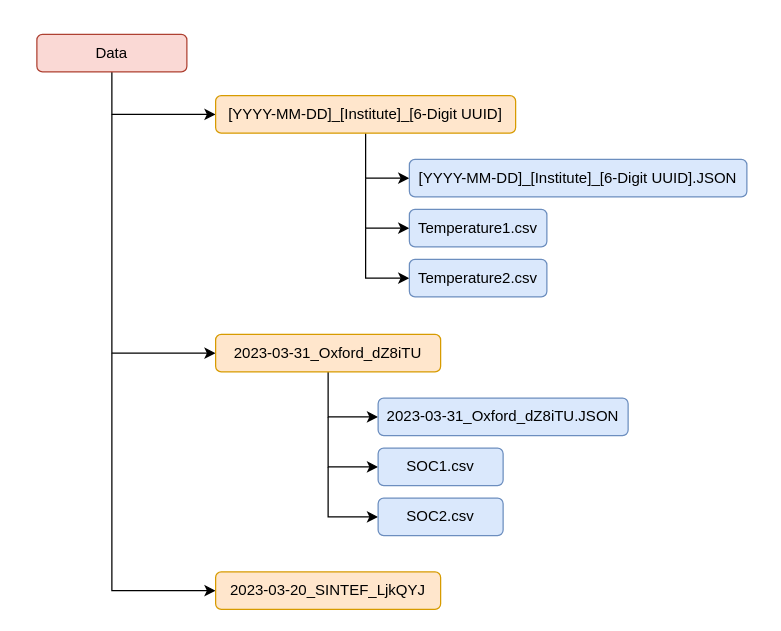
Battery-Intelligence-Lab/IntelLiGent-Data-Standard keeps this draw.io diagram as assets/Directory.drawio. Above is the earlier version. Source tidied: cells renumbered, new cells numbered last; positions are measured from the earlier drawing's top-left corner, leaving out a move shared by most shapes. Both pictures are drawn from the tidied source at 125%, with x=0, y=0 at pixel (36, 34).
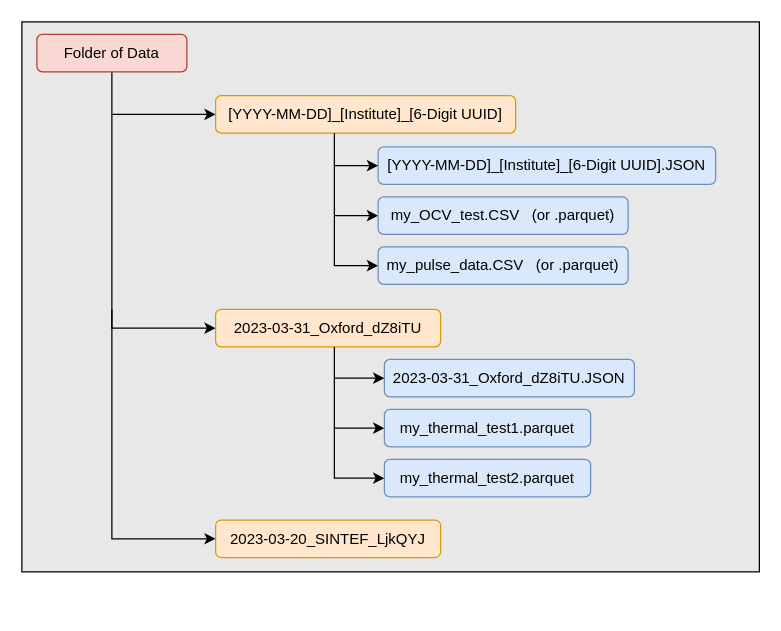
After the change.

Diff of the diagram source:
```diff
@@
+    <mxCell id="21" style="rounded=0;whiteSpace=wrap;html=1;fillColor=#E8E8E8;" parent="1" vertex="1">
+      <mxGeometry x="-12" y="-10" width="590" height="440" as="geometry" />
+    </mxCell>
-    <mxCell id="2" style="edgeStyle=orthogonalEdgeStyle;rounded=0;jettySize=auto;html=1;entryX=0;entryY=0.5;entryDx=0;entryDy=0;exitX=0.5;exitY=1;exitDx=0;exitDy=0;" parent="1" edge="1" source="5" target="9">
+    <mxCell id="2" style="edgeStyle=orthogonalEdgeStyle;rounded=0;jettySize=auto;html=1;entryX=0;entryY=0.5;entryDx=0;entryDy=0;exitX=0.5;exitY=1;exitDx=0;exitDy=0;fontColor=#000000;strokeColor=#000000;" parent="1" edge="1" source="5" target="9">
       <mxGeometry relative="1" as="geometry" />
     </mxCell>
-    <mxCell id="3" style="edgeStyle=orthogonalEdgeStyle;rounded=0;jettySize=auto;html=1;entryX=0;entryY=0.5;entryDx=0;entryDy=0;" parent="1" edge="1" target="16">
+    <mxCell id="3" style="edgeStyle=orthogonalEdgeStyle;rounded=0;jettySize=auto;html=1;entryX=0;entryY=0.5;entryDx=0;entryDy=0;fontColor=#000000;strokeColor=#000000;" parent="1" edge="1" target="16">
       <mxGeometry relative="1" as="geometry">
         <mxPoint x="60" y="64" as="sourcePoint" />
         <Array as="points">
-          <mxPoint x="60" y="255" />
+          <mxPoint x="60" y="235" />
         </Array>
       </mxGeometry>
     </mxCell>
-    <mxCell id="4" style="edgeStyle=orthogonalEdgeStyle;rounded=0;jettySize=auto;html=1;entryX=0;entryY=0.5;entryDx=0;entryDy=0;" parent="1" edge="1" target="20">
+    <mxCell id="4" style="edgeStyle=orthogonalEdgeStyle;rounded=0;jettySize=auto;html=1;entryX=0;entryY=0.5;entryDx=0;entryDy=0;fontColor=#000000;strokeColor=#000000;" parent="1" edge="1" target="20">
       <mxGeometry relative="1" as="geometry">
-        <mxPoint x="60" y="255" as="sourcePoint" />
+        <mxPoint x="60" y="220" as="sourcePoint" />
         <Array as="points">
-          <mxPoint x="60" y="445" />
+          <mxPoint x="60" y="403.5" />
         </Array>
       </mxGeometry>
     </mxCell>
-    <mxCell id="5" value="&lt;div&gt;Data&lt;/div&gt;" style="rounded=1;whiteSpace=wrap;html=1;fillColor=#fad9d5;strokeColor=#ae4132;" parent="1" vertex="1">
+    <mxCell id="5" value="&lt;div&gt;Folder of Data&lt;/div&gt;" style="rounded=1;whiteSpace=wrap;html=1;fillColor=#fad9d5;strokeColor=#ae4132;fontColor=#000000;" parent="1" vertex="1">
       <mxGeometry width="120" height="30" as="geometry" />
     </mxCell>
-    <mxCell id="6" style="edgeStyle=orthogonalEdgeStyle;rounded=0;jettySize=auto;html=1;entryX=0;entryY=0.5;entryDx=0;entryDy=0;" parent="1" edge="1" source="9" target="10">
-      <mxGeometry relative="1" as="geometry" />
-    </mxCell>
-    <mxCell id="7" style="edgeStyle=orthogonalEdgeStyle;rounded=0;jettySize=auto;html=1;entryX=0;entryY=0.5;entryDx=0;entryDy=0;" parent="1" edge="1" target="11">
+    <mxCell id="7" style="edgeStyle=orthogonalEdgeStyle;rounded=0;jettySize=auto;html=1;entryX=0;entryY=0.5;entryDx=0;entryDy=0;fontColor=#000000;strokeColor=#000000;" parent="1" edge="1" target="11">
       <mxGeometry relative="1" as="geometry">
-        <mxPoint x="263" y="115" as="sourcePoint" />
+        <mxPoint x="238" y="105" as="sourcePoint" />
         <Array as="points">
-          <mxPoint x="263" y="155" />
+          <mxPoint x="238" y="145" />
         </Array>
       </mxGeometry>
     </mxCell>
-    <mxCell id="8" style="edgeStyle=orthogonalEdgeStyle;rounded=0;jettySize=auto;html=1;entryX=0;entryY=0.5;entryDx=0;entryDy=0;" parent="1" edge="1" target="12">
+    <mxCell id="8" style="edgeStyle=orthogonalEdgeStyle;rounded=0;jettySize=auto;html=1;entryX=0;entryY=0.5;entryDx=0;entryDy=0;fontColor=#000000;strokeColor=#000000;" parent="1" edge="1" target="12">
       <mxGeometry relative="1" as="geometry">
-        <mxPoint x="263" y="155" as="sourcePoint" />
+        <mxPoint x="238" y="145" as="sourcePoint" />
         <Array as="points">
-          <mxPoint x="263" y="195" />
+          <mxPoint x="238" y="185" />
         </Array>
       </mxGeometry>
     </mxCell>
-    <mxCell id="9" value="[YYYY-MM-DD]_[Institute]_[6-Digit UUID]" style="rounded=1;whiteSpace=wrap;html=1;fillColor=#ffe6cc;strokeColor=#d79b00;" parent="1" vertex="1">
+    <mxCell id="9" value="[YYYY-MM-DD]_[Institute]_[6-Digit UUID]" style="rounded=1;whiteSpace=wrap;html=1;fillColor=#ffe6cc;strokeColor=#d79b00;fontColor=#000000;" parent="1" vertex="1">
       <mxGeometry x="143" y="49" width="240" height="30" as="geometry" />
     </mxCell>
-    <mxCell id="10" value="[YYYY-MM-DD]_[Institute]_[6-Digit UUID].JSON" style="rounded=1;whiteSpace=wrap;html=1;fillColor=#dae8fc;strokeColor=#6c8ebf;" parent="1" vertex="1">
-      <mxGeometry x="298" y="100" width="270" height="30" as="geometry" />
+    <mxCell id="10" value="[YYYY-MM-DD]_[Institute]_[6-Digit UUID].JSON" style="rounded=1;whiteSpace=wrap;html=1;fillColor=#dae8fc;strokeColor=#6c8ebf;fontColor=#000000;" parent="1" vertex="1">
+      <mxGeometry x="273" y="90" width="270" height="30" as="geometry" />
     </mxCell>
-    <mxCell id="11" value="Temperature1.csv" style="rounded=1;whiteSpace=wrap;html=1;fillColor=#dae8fc;strokeColor=#6c8ebf;" parent="1" vertex="1">
-      <mxGeometry x="298" y="140" width="110" height="30" as="geometry" />
+    <mxCell id="11" value="my_OCV_test.CSV&amp;nbsp; &amp;nbsp;(or .parquet)" style="rounded=1;whiteSpace=wrap;html=1;fillColor=#dae8fc;strokeColor=#6c8ebf;fontColor=#000000;" parent="1" vertex="1">
+      <mxGeometry x="273" y="130" width="200" height="30" as="geometry" />
     </mxCell>
-    <mxCell id="12" value="Temperature2.csv" style="rounded=1;whiteSpace=wrap;html=1;fillColor=#dae8fc;strokeColor=#6c8ebf;" parent="1" vertex="1">
-      <mxGeometry x="298" y="180" width="110" height="30" as="geometry" />
+    <mxCell id="12" value="my_pulse_data.CSV&amp;nbsp; &amp;nbsp;(or .parquet)" style="rounded=1;whiteSpace=wrap;html=1;fillColor=#dae8fc;strokeColor=#6c8ebf;fontColor=#000000;" parent="1" vertex="1">
+      <mxGeometry x="273" y="170" width="200" height="30" as="geometry" />
     </mxCell>
-    <mxCell id="13" style="edgeStyle=orthogonalEdgeStyle;rounded=0;jettySize=auto;html=1;entryX=0;entryY=0.5;entryDx=0;entryDy=0;" parent="1" edge="1" source="16" target="17">
-      <mxGeometry relative="1" as="geometry" />
-    </mxCell>
-    <mxCell id="14" style="edgeStyle=orthogonalEdgeStyle;rounded=0;jettySize=auto;html=1;entryX=0;entryY=0.5;entryDx=0;entryDy=0;" parent="1" edge="1" target="18">
+    <mxCell id="14" style="edgeStyle=orthogonalEdgeStyle;rounded=0;jettySize=auto;html=1;entryX=0;entryY=0.5;entryDx=0;entryDy=0;fontColor=#000000;strokeColor=#000000;" parent="1" edge="1" target="18">
       <mxGeometry relative="1" as="geometry">
-        <mxPoint x="233" y="306" as="sourcePoint" />
+        <mxPoint x="238" y="275" as="sourcePoint" />
         <Array as="points">
-          <mxPoint x="233" y="306" />
-          <mxPoint x="233" y="346" />
+          <mxPoint x="238" y="275" />
+          <mxPoint x="238" y="315" />
         </Array>
       </mxGeometry>
     </mxCell>
-    <mxCell id="15" style="edgeStyle=orthogonalEdgeStyle;rounded=0;jettySize=auto;html=1;entryX=0;entryY=0.5;entryDx=0;entryDy=0;" parent="1" edge="1" target="19">
+    <mxCell id="15" style="edgeStyle=orthogonalEdgeStyle;rounded=0;jettySize=auto;html=1;entryX=0;entryY=0.5;entryDx=0;entryDy=0;fontColor=#000000;strokeColor=#000000;" parent="1" edge="1" target="19">
       <mxGeometry relative="1" as="geometry">
-        <mxPoint x="233" y="346" as="sourcePoint" />
+        <mxPoint x="238" y="315" as="sourcePoint" />
         <Array as="points">
-          <mxPoint x="233" y="386" />
+          <mxPoint x="238" y="355" />
         </Array>
       </mxGeometry>
     </mxCell>
-    <mxCell id="16" value="&lt;div&gt;2023-03-31_Oxford_dZ8iTU&lt;/div&gt;" style="rounded=1;whiteSpace=wrap;html=1;fillColor=#ffe6cc;strokeColor=#d79b00;" parent="1" vertex="1">
-      <mxGeometry x="143" y="240" width="180" height="30" as="geometry" />
+    <mxCell id="16" value="&lt;div&gt;2023-03-31_Oxford_dZ8iTU&lt;/div&gt;" style="rounded=1;whiteSpace=wrap;html=1;fillColor=#ffe6cc;strokeColor=#d79b00;fontColor=#000000;" parent="1" vertex="1">
+      <mxGeometry x="143" y="220" width="180" height="30" as="geometry" />
     </mxCell>
-    <mxCell id="17" value="2023-03-31_Oxford_dZ8iTU.JSON" style="rounded=1;whiteSpace=wrap;html=1;fillColor=#dae8fc;strokeColor=#6c8ebf;" parent="1" vertex="1">
-      <mxGeometry x="273" y="291" width="200" height="30" as="geometry" />
+    <mxCell id="17" value="2023-03-31_Oxford_dZ8iTU.JSON" style="rounded=1;whiteSpace=wrap;html=1;fillColor=#dae8fc;strokeColor=#6c8ebf;fontColor=#000000;" parent="1" vertex="1">
+      <mxGeometry x="278" y="260" width="200" height="30" as="geometry" />
     </mxCell>
-    <mxCell id="18" value="SOC1.csv" style="rounded=1;whiteSpace=wrap;html=1;fillColor=#dae8fc;strokeColor=#6c8ebf;" parent="1" vertex="1">
-      <mxGeometry x="273" y="331" width="100" height="30" as="geometry" />
+    <mxCell id="18" value="my_thermal_test1.parquet" style="rounded=1;whiteSpace=wrap;html=1;fillColor=#dae8fc;strokeColor=#6c8ebf;fontColor=#000000;" parent="1" vertex="1">
+      <mxGeometry x="278" y="300" width="165" height="30" as="geometry" />
     </mxCell>
-    <mxCell id="19" value="SOC2.csv" style="rounded=1;whiteSpace=wrap;html=1;fillColor=#dae8fc;strokeColor=#6c8ebf;" parent="1" vertex="1">
-      <mxGeometry x="273" y="371" width="100" height="30" as="geometry" />
+    <mxCell id="19" value="my_thermal_test2.parquet" style="rounded=1;whiteSpace=wrap;html=1;fillColor=#dae8fc;strokeColor=#6c8ebf;fontColor=#000000;" parent="1" vertex="1">
+      <mxGeometry x="278" y="340" width="165" height="30" as="geometry" />
     </mxCell>
-    <mxCell id="20" value="&lt;div&gt;2023-03-20_SINTEF_LjkQYJ&lt;/div&gt;" style="rounded=1;whiteSpace=wrap;html=1;fillColor=#ffe6cc;strokeColor=#d79b00;" parent="1" vertex="1">
-      <mxGeometry x="143" y="430" width="180" height="30" as="geometry" />
+    <mxCell id="20" value="&lt;div&gt;2023-03-20_SINTEF_LjkQYJ&lt;/div&gt;" style="rounded=1;whiteSpace=wrap;html=1;fillColor=#ffe6cc;strokeColor=#d79b00;fontColor=#000000;" parent="1" vertex="1">
+      <mxGeometry x="143" y="388.5" width="180" height="30" as="geometry" />
     </mxCell>
+    <mxCell id="22" style="edgeStyle=orthogonalEdgeStyle;rounded=0;jettySize=auto;html=1;entryX=0;entryY=0.5;entryDx=0;entryDy=0;fontColor=#000000;strokeColor=#000000;" parent="1" edge="1" target="10">
+      <mxGeometry relative="1" as="geometry">
+        <mxPoint x="238" y="79" as="sourcePoint" />
+        <Array as="points">
+          <mxPoint x="238" y="105" />
+        </Array>
+      </mxGeometry>
+    </mxCell>
+    <mxCell id="23" style="edgeStyle=orthogonalEdgeStyle;rounded=0;jettySize=auto;html=1;entryX=0;entryY=0.5;entryDx=0;entryDy=0;fontColor=#000000;strokeColor=#000000;" parent="1" edge="1" target="17">
+      <mxGeometry relative="1" as="geometry">
+        <mxPoint x="238" y="250" as="sourcePoint" />
+        <Array as="points">
+          <mxPoint x="238" y="275" />
+        </Array>
+      </mxGeometry>
+    </mxCell>
```
